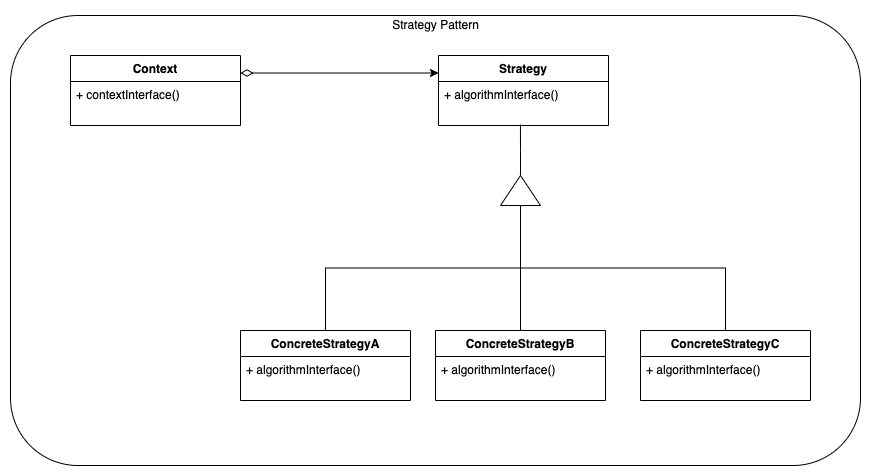
Above: behavioral/strategy/diagrams/strategy-generic.png in vBarbaros/design-patterns-py (draw.io), before the change. Source tidied: cells renumbered, new cells last; positions are measured from the earlier drawing's top-left corner, leaving out a move shared by most shapes.
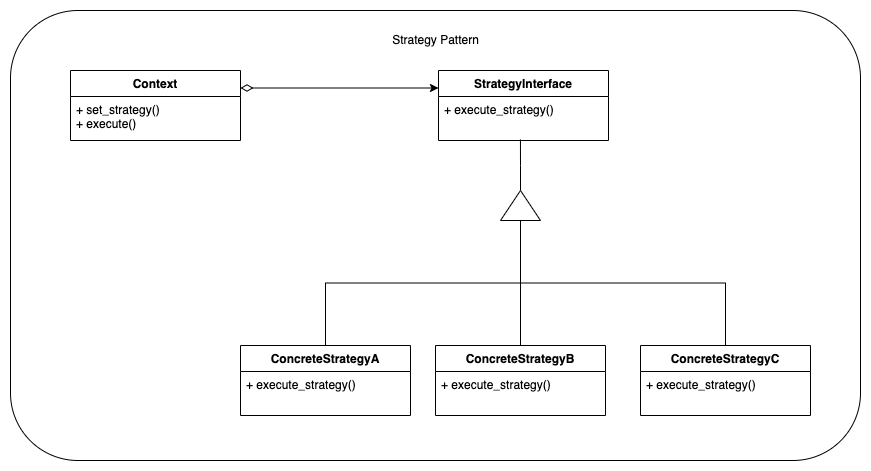
The same diagram one commit later.

Commit message:
Implement the InterestRates strategy example

The edit, as a diff of the source:
```diff
@@ -3,12 +3,12 @@
     <mxCell id="0" />
     <mxCell id="1" parent="0" />
     <mxCell id="2" style="rounded=1;whiteSpace=wrap;html=1;" parent="1" vertex="1">
-      <mxGeometry y="5" width="850" height="450" as="geometry" />
+      <mxGeometry y="-15" width="850" height="450" as="geometry" />
     </mxCell>
     <mxCell id="3" value="Context" style="swimlane;fontStyle=1;align=center;verticalAlign=top;horizontal=1;startSize=26;" parent="1" vertex="1">
       <mxGeometry x="60" y="45" width="170" height="70" as="geometry" />
     </mxCell>
-    <mxCell id="4" value="+ contextInterface()" style="text;strokeColor=none;fillColor=none;align=left;verticalAlign=top;spacingLeft=4;spacingRight=4;overflow=hidden;" parent="3" vertex="1">
+    <mxCell id="4" value="+ set_strategy()&#10;+ execute()" style="text;strokeColor=none;fillColor=none;align=left;verticalAlign=top;spacingLeft=4;spacingRight=4;overflow=hidden;" parent="3" vertex="1">
       <mxGeometry y="26" width="170" height="44" as="geometry" />
     </mxCell>
     <mxCell id="5" style="edgeStyle=orthogonalEdgeStyle;rounded=0;jettySize=auto;html=1;startArrow=none;startFill=0;endArrow=none;endFill=0;endSize=10;strokeWidth=1;entryX=0;entryY=0.5;entryDx=0;entryDy=0;" parent="1" edge="1" source="6" target="19">
@@ -17,7 +17,7 @@
     <mxCell id="6" value="ConcreteStrategyB" style="swimlane;fontStyle=1;align=center;verticalAlign=top;horizontal=1;startSize=26;" parent="1" vertex="1">
       <mxGeometry x="425" y="320" width="170" height="70" as="geometry" />
     </mxCell>
-    <mxCell id="7" value="+ algorithmInterface()" style="text;strokeColor=none;fillColor=none;align=left;verticalAlign=top;spacingLeft=4;spacingRight=4;overflow=hidden;" parent="6" vertex="1">
+    <mxCell id="7" value="+ execute_strategy()" style="text;strokeColor=none;fillColor=none;align=left;verticalAlign=top;spacingLeft=4;spacingRight=4;overflow=hidden;" parent="6" vertex="1">
       <mxGeometry y="26" width="170" height="44" as="geometry" />
     </mxCell>
     <mxCell id="8" style="edgeStyle=orthogonalEdgeStyle;rounded=0;jettySize=auto;html=1;exitX=0.5;exitY=0;exitDx=0;exitDy=0;startArrow=none;startFill=0;endArrow=none;endFill=0;endSize=10;strokeWidth=1;" parent="1" edge="1" source="9">
@@ -28,7 +28,7 @@
     <mxCell id="9" value="ConcreteStrategyA" style="swimlane;fontStyle=1;align=center;verticalAlign=top;horizontal=1;startSize=26;" parent="1" vertex="1">
       <mxGeometry x="230" y="320" width="170" height="70" as="geometry" />
     </mxCell>
-    <mxCell id="10" value="+ algorithmInterface()" style="text;strokeColor=none;fillColor=none;align=left;verticalAlign=top;spacingLeft=4;spacingRight=4;overflow=hidden;" parent="9" vertex="1">
+    <mxCell id="10" value="+ execute_strategy()" style="text;strokeColor=none;fillColor=none;align=left;verticalAlign=top;spacingLeft=4;spacingRight=4;overflow=hidden;" parent="9" vertex="1">
       <mxGeometry y="26" width="170" height="44" as="geometry" />
     </mxCell>
     <mxCell id="11" style="edgeStyle=orthogonalEdgeStyle;rounded=0;jettySize=auto;html=1;exitX=0;exitY=0.25;exitDx=0;exitDy=0;entryX=1;entryY=0.25;entryDx=0;entryDy=0;endArrow=diamondThin;endFill=0;strokeWidth=1;endSize=10;startArrow=classic;startFill=1;" parent="1" edge="1" source="13" target="3">
@@ -37,10 +37,10 @@
     <mxCell id="12" value="Strategy Pattern" style="text;html=1;align=center;verticalAlign=middle;strokeColor=none;fillColor=none;" parent="1" vertex="1">
       <mxGeometry x="370" width="110" height="30" as="geometry" />
     </mxCell>
-    <mxCell id="13" value="Strategy" style="swimlane;fontStyle=1;align=center;verticalAlign=top;horizontal=1;startSize=26;" parent="1" vertex="1">
+    <mxCell id="13" value="StrategyInterface" style="swimlane;fontStyle=1;align=center;verticalAlign=top;horizontal=1;startSize=26;" parent="1" vertex="1">
       <mxGeometry x="428" y="45" width="170" height="70" as="geometry" />
     </mxCell>
-    <mxCell id="14" value="+ algorithmInterface()" style="text;strokeColor=none;fillColor=none;align=left;verticalAlign=top;spacingLeft=4;spacingRight=4;overflow=hidden;points=[[0,0.5],[1,0.5]];portConstraint=eastwest;" parent="13" vertex="1">
+    <mxCell id="14" value="+ execute_strategy()" style="text;strokeColor=none;fillColor=none;align=left;verticalAlign=top;spacingLeft=4;spacingRight=4;overflow=hidden;points=[[0,0.5],[1,0.5]];portConstraint=eastwest;" parent="13" vertex="1">
       <mxGeometry y="26" width="170" height="44" as="geometry" />
     </mxCell>
     <mxCell id="15" style="edgeStyle=orthogonalEdgeStyle;rounded=0;jettySize=auto;html=1;exitX=0.5;exitY=0;exitDx=0;exitDy=0;entryX=0;entryY=0.5;entryDx=0;entryDy=0;startArrow=none;startFill=0;endArrow=none;endFill=0;endSize=10;strokeWidth=1;" parent="1" edge="1" source="16" target="19">
@@ -49,7 +49,7 @@
     <mxCell id="16" value="ConcreteStrategyC" style="swimlane;fontStyle=1;align=center;verticalAlign=top;horizontal=1;startSize=26;" parent="1" vertex="1">
       <mxGeometry x="630" y="320" width="170" height="70" as="geometry" />
     </mxCell>
-    <mxCell id="17" value="+ algorithmInterface()" style="text;strokeColor=none;fillColor=none;align=left;verticalAlign=top;spacingLeft=4;spacingRight=4;overflow=hidden;" parent="16" vertex="1">
+    <mxCell id="17" value="+ execute_strategy()" style="text;strokeColor=none;fillColor=none;align=left;verticalAlign=top;spacingLeft=4;spacingRight=4;overflow=hidden;" parent="16" vertex="1">
       <mxGeometry y="26" width="170" height="44" as="geometry" />
     </mxCell>
     <mxCell id="18" style="edgeStyle=orthogonalEdgeStyle;rounded=0;jettySize=auto;html=1;exitX=1;exitY=0.5;exitDx=0;exitDy=0;entryX=0.482;entryY=0.977;entryDx=0;entryDy=0;entryPerimeter=0;startArrow=none;startFill=0;endArrow=none;endFill=0;endSize=10;strokeWidth=1;" parent="1" edge="1" source="19" target="14">
```
